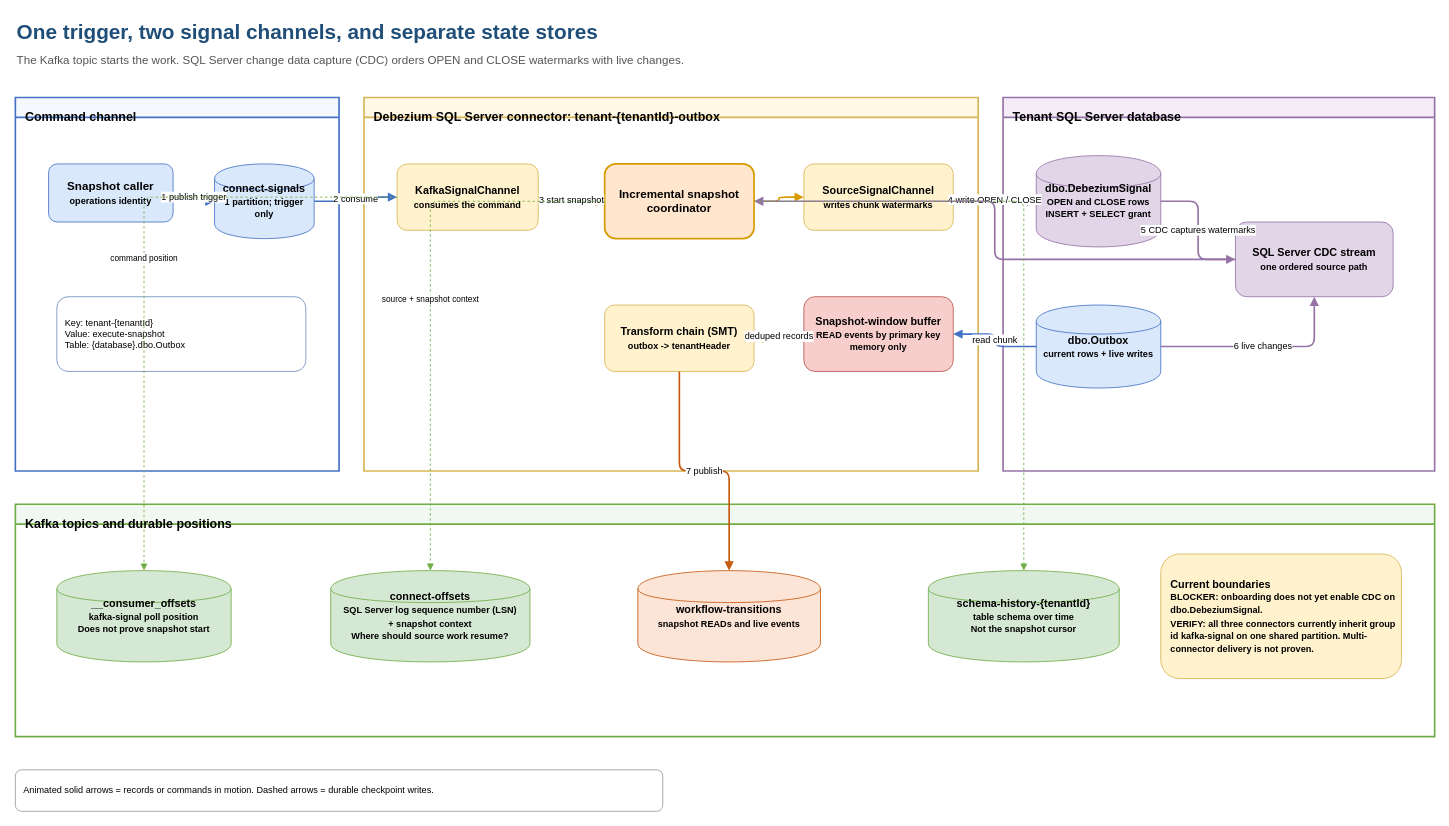
collaborationwithothers/cdc-platform-azure keeps this draw.io diagram as docs/diagrams/incremental-snapshot-channels.drawio. Above is the earlier version. Source tidied: cells renumbered, new cells numbered last; positions are measured from the earlier drawing's top-left corner, leaving out a move shared by most shapes. Both pictures are drawn from the tidied source at 83%, with x=0, y=0 at pixel (15, 14).
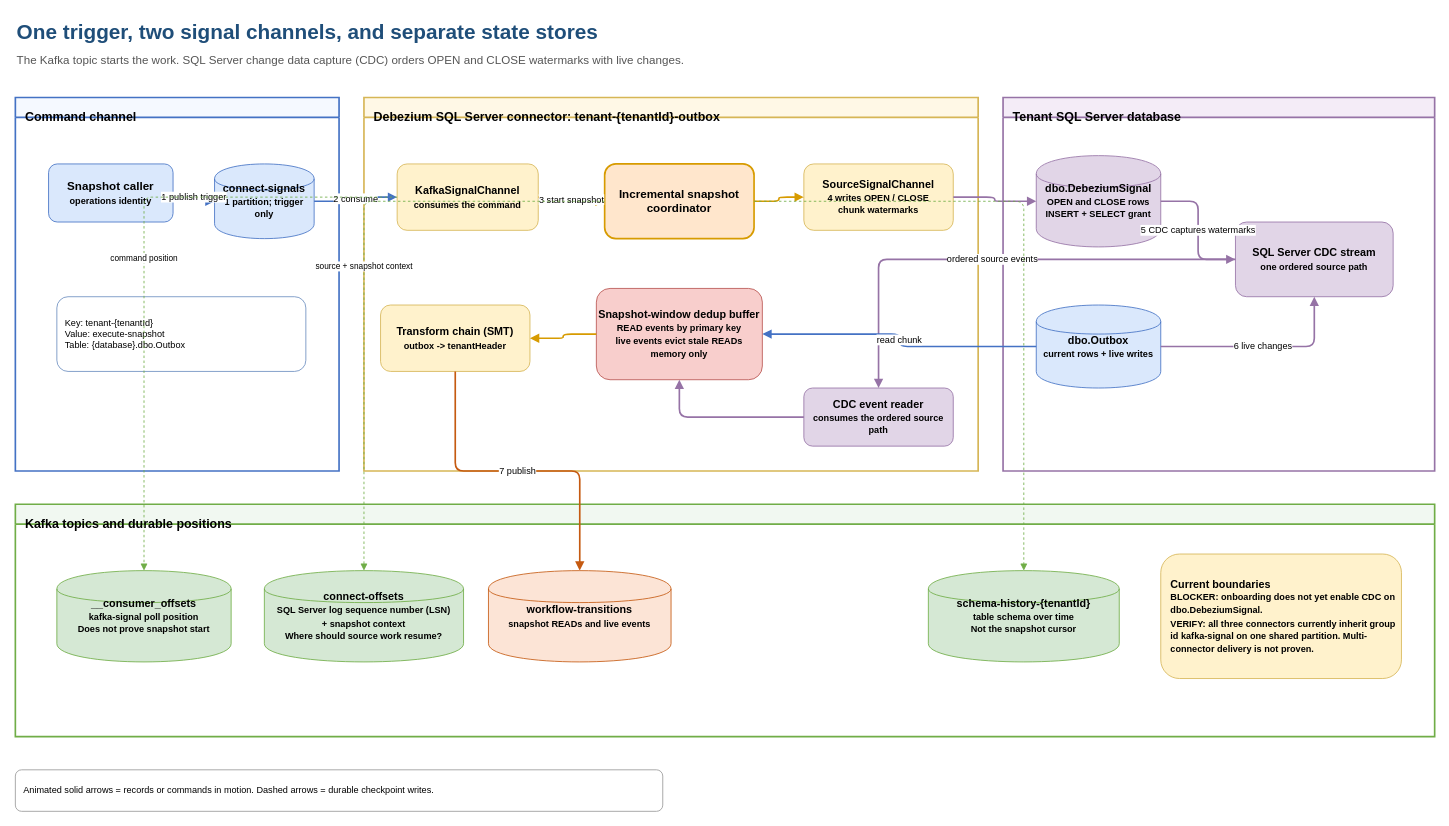
The same diagram, later.

Commit message (it also covers changes not shown here):
docs(diagrams): make snapshot renders reproducible (#68)

The change refers to these unchanged cells:
```xml
<mxCell id="5" value="Debezium SQL Server connector: tenant-{tenantId}-outbox" style="swimlane;startSize=24;whiteSpace=wrap;html=1;fillColor=#fff8e6;strokeColor=#d6b656;strokeWidth=2;verticalAlign=top;align=left;spacingLeft=10;spacingTop=8;fontSize=15;fontStyle=1;" parent="1" vertex="1">
  <mxGeometry x="420" y="100" width="740" height="450" as="geometry" />
</mxCell>
<mxCell id="11" value="Incremental snapshot&lt;br&gt;coordinator" style="rounded=1;whiteSpace=wrap;html=1;fillColor=#ffe6cc;strokeColor=#d79b00;strokeWidth=2;fontSize=14;fontStyle=1;" parent="5" vertex="1">
  <mxGeometry x="290" y="80" width="180" height="90" as="geometry" />
</mxCell>
<mxCell id="15" value="dbo.DebeziumSignal&lt;br&gt;&lt;font style=&quot;font-size:11px&quot;&gt;OPEN and CLOSE rows&lt;br&gt;INSERT + SELECT grant&lt;/font&gt;" style="shape=cylinder;whiteSpace=wrap;html=1;fillColor=#e1d5e7;strokeColor=#9673a6;fontSize=13;fontStyle=1;" parent="6" vertex="1">
  <mxGeometry x="40" y="70" width="150" height="110" as="geometry" />
</mxCell>
<mxCell id="17" value="SQL Server CDC stream&lt;br&gt;&lt;font style=&quot;font-size:11px&quot;&gt;one ordered source path&lt;/font&gt;" style="rounded=1;whiteSpace=wrap;html=1;fillColor=#e1d5e7;strokeColor=#9673a6;fontSize=13;fontStyle=1;" parent="6" vertex="1">
  <mxGeometry x="280" y="150" width="190" height="90" as="geometry" />
</mxCell>
<mxCell id="18" value="Kafka topics and durable positions" style="swimlane;startSize=24;whiteSpace=wrap;html=1;fillColor=#f1f8f1;strokeColor=#70ad47;strokeWidth=2;verticalAlign=top;align=left;spacingLeft=10;spacingTop=8;fontSize=15;fontStyle=1;" parent="1" vertex="1">
  <mxGeometry y="590" width="1710" height="280" as="geometry" />
</mxCell>
```

What changed in the source:
```diff
@@
-    <mxCell id="12" value="SourceSignalChannel&lt;br&gt;&lt;font style=&quot;font-size:11px&quot;&gt;writes chunk watermarks&lt;/font&gt;" style="rounded=1;whiteSpace=wrap;html=1;fillColor=#fff2cc;strokeColor=#d6b656;fontSize=13;fontStyle=1;" parent="5" vertex="1">
+    <mxCell id="12" value="SourceSignalChannel&lt;br&gt;&lt;font style=&quot;font-size:11px&quot;&gt;4 writes OPEN / CLOSE&lt;br&gt;chunk watermarks&lt;/font&gt;" style="rounded=1;whiteSpace=wrap;html=1;fillColor=#fff2cc;strokeColor=#d6b656;fontSize=13;fontStyle=1;" parent="5" vertex="1">
       <mxGeometry x="530" y="80" width="180" height="80" as="geometry" />
     </mxCell>
-    <mxCell id="13" value="Snapshot-window buffer&lt;br&gt;&lt;font style=&quot;font-size:11px&quot;&gt;READ events by primary key&lt;br&gt;memory only&lt;/font&gt;" style="rounded=1;whiteSpace=wrap;html=1;fillColor=#f8cecc;strokeColor=#b85450;fontSize=13;fontStyle=1;" parent="5" vertex="1">
-      <mxGeometry x="530" y="240" width="180" height="90" as="geometry" />
+    <mxCell id="13" value="Snapshot-window dedup buffer&lt;br&gt;&lt;font style=&quot;font-size:11px&quot;&gt;READ events by primary key&lt;br&gt;live events evict stale READs&lt;br&gt;memory only&lt;/font&gt;" style="rounded=1;whiteSpace=wrap;html=1;fillColor=#f8cecc;strokeColor=#b85450;fontSize=13;fontStyle=1;" parent="5" vertex="1">
+      <mxGeometry x="280" y="230" width="200" height="110" as="geometry" />
     </mxCell>
     <mxCell id="14" value="Transform chain (SMT)&lt;br&gt;&lt;font style=&quot;font-size:11px&quot;&gt;outbox -&gt; tenantHeader&lt;/font&gt;" style="rounded=1;whiteSpace=wrap;html=1;fillColor=#fff2cc;strokeColor=#d6b656;fontSize=13;fontStyle=1;" parent="5" vertex="1">
-      <mxGeometry x="290" y="250" width="180" height="80" as="geometry" />
+      <mxGeometry x="20" y="250" width="180" height="80" as="geometry" />
     </mxCell>
+    <mxCell id="39" value="CDC event reader&lt;br&gt;&lt;font style=&quot;font-size:11px&quot;&gt;consumes the ordered source path&lt;/font&gt;" style="rounded=1;whiteSpace=wrap;html=1;fillColor=#e1d5e7;strokeColor=#9673a6;fontSize=13;fontStyle=1;" parent="5" vertex="1">
+      <mxGeometry x="530" y="350" width="180" height="70" as="geometry" />
+    </mxCell>
@@
     <mxCell id="20" value="connect-offsets&lt;br&gt;&lt;font style=&quot;font-size:11px&quot;&gt;SQL Server log sequence number (LSN)&lt;br&gt;+ snapshot context&lt;br&gt;Where should source work resume?&lt;/font&gt;" style="shape=cylinder;whiteSpace=wrap;html=1;fillColor=#d5e8d4;strokeColor=#70ad47;fontSize=13;fontStyle=1;" parent="18" vertex="1">
-      <mxGeometry x="380" y="80" width="240" height="110" as="geometry" />
+      <mxGeometry x="300" y="80" width="240" height="110" as="geometry" />
     </mxCell>
@@
     <mxCell id="22" value="workflow-transitions&lt;br&gt;&lt;font style=&quot;font-size:11px&quot;&gt;snapshot READs and live events&lt;/font&gt;" style="shape=cylinder;whiteSpace=wrap;html=1;fillColor=#fce4d6;strokeColor=#c55a11;fontSize=13;fontStyle=1;" parent="18" vertex="1">
-      <mxGeometry x="750" y="80" width="220" height="110" as="geometry" />
+      <mxGeometry x="570" y="80" width="220" height="110" as="geometry" />
     </mxCell>
@@
-    <mxCell id="27" value="4  write OPEN / CLOSE" style="edgeStyle=orthogonalEdgeStyle;rounded=1;jettySize=auto;html=1;strokeColor=#9673a6;strokeWidth=2;endArrow=block;flowAnimation=1;fontSize=11;" parent="1" edge="1" source="12" target="15">
+    <mxCell id="27" style="edgeStyle=orthogonalEdgeStyle;rounded=1;jettySize=auto;html=1;strokeColor=#9673a6;strokeWidth=2;endArrow=block;flowAnimation=1;fontSize=11;" parent="1" edge="1" source="12" target="15">
       <mxGeometry relative="1" as="geometry" />
     </mxCell>
@@
-    <mxCell id="31" style="edgeStyle=orthogonalEdgeStyle;rounded=1;jettySize=auto;html=1;strokeColor=#9673a6;strokeWidth=2;endArrow=block;flowAnimation=1;fontSize=11;" parent="1" edge="1" source="17" target="11">
+    <mxCell id="31" value="ordered source events" style="edgeStyle=orthogonalEdgeStyle;rounded=1;jettySize=auto;html=1;strokeColor=#9673a6;strokeWidth=2;endArrow=block;flowAnimation=1;fontSize=11;" parent="1" edge="1" source="17" target="39">
       <mxGeometry relative="1" as="geometry" />
     </mxCell>
+    <mxCell id="40" style="edgeStyle=orthogonalEdgeStyle;rounded=1;jettySize=auto;html=1;strokeColor=#9673a6;strokeWidth=2;endArrow=block;flowAnimation=1;" parent="1" edge="1" source="39" target="13">
+      <mxGeometry relative="1" as="geometry" />
+    </mxCell>
@@
-    <mxCell id="33" value="deduped records" style="edgeStyle=orthogonalEdgeStyle;rounded=1;jettySize=auto;html=1;strokeColor=#d79b00;strokeWidth=2;endArrow=block;fontSize=11;" parent="1" edge="1" source="13" target="14">
+    <mxCell id="33" style="edgeStyle=orthogonalEdgeStyle;rounded=1;jettySize=auto;html=1;strokeColor=#d79b00;strokeWidth=2;endArrow=block;fontSize=11;" parent="1" edge="1" source="13" target="14">
       <mxGeometry relative="1" as="geometry" />
     </mxCell>
```
